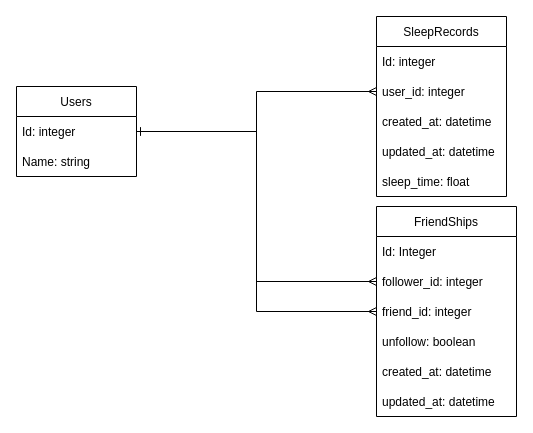
Before: goodnight_tables.drawio in LaichuLai/draw_io, a draw.io diagram. Source tidied: cells renumbered, new cells numbered last; positions are measured from the earlier drawing's top-left corner, leaving out a move shared by most shapes. Both pictures are drawn from the tidied source at 100%, with x=0, y=0 at pixel (16, 16).
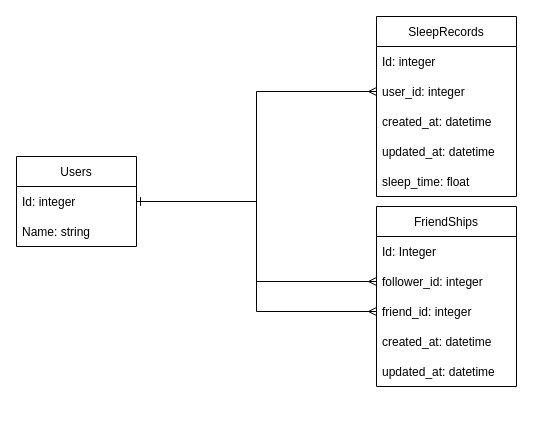
The same page after the edit.

Change to the diagram source:
```diff
@@
     <mxCell id="2" value="Users" style="swimlane;fontStyle=0;horizontal=1;startSize=30;" parent="1" vertex="1">
-      <mxGeometry y="70" width="120" height="90" as="geometry" />
+      <mxGeometry y="140" width="120" height="90" as="geometry" />
     </mxCell>
@@
     <mxCell id="5" value="SleepRecords" style="swimlane;fontStyle=0;horizontal=1;startSize=30;" parent="1" vertex="1">
-      <mxGeometry x="360" width="130" height="180" as="geometry" />
+      <mxGeometry x="360" width="140" height="180" as="geometry" />
     </mxCell>
     <mxCell id="6" value="Id: integer" style="text;strokeColor=none;fillColor=none;align=left;verticalAlign=middle;spacingLeft=4;spacingRight=4;overflow=hidden;" parent="5" vertex="1">
-      <mxGeometry y="30" width="130" height="30" as="geometry" />
+      <mxGeometry y="30" width="140" height="30" as="geometry" />
     </mxCell>
     <mxCell id="7" value="user_id: integer" style="text;strokeColor=none;fillColor=none;align=left;verticalAlign=middle;spacingLeft=4;spacingRight=4;overflow=hidden;points=[[0,0.5],[1,0.5]];portConstraint=eastwest;" parent="5" vertex="1">
-      <mxGeometry y="60" width="130" height="30" as="geometry" />
+      <mxGeometry y="60" width="140" height="30" as="geometry" />
     </mxCell>
     <mxCell id="8" value="created_at: datetime" style="text;strokeColor=none;fillColor=none;align=left;verticalAlign=middle;spacingLeft=4;spacingRight=4;overflow=hidden;" parent="5" vertex="1">
-      <mxGeometry y="90" width="130" height="30" as="geometry" />
+      <mxGeometry y="90" width="140" height="30" as="geometry" />
     </mxCell>
     <mxCell id="9" value="updated_at: datetime" style="text;strokeColor=none;fillColor=none;align=left;verticalAlign=middle;spacingLeft=4;spacingRight=4;overflow=hidden;" parent="5" vertex="1">
-      <mxGeometry y="120" width="130" height="30" as="geometry" />
+      <mxGeometry y="120" width="140" height="30" as="geometry" />
     </mxCell>
     <mxCell id="10" value="sleep_time: float" style="text;strokeColor=none;fillColor=none;align=left;verticalAlign=middle;spacingLeft=4;spacingRight=4;overflow=hidden;" parent="5" vertex="1">
-      <mxGeometry y="150" width="130" height="30" as="geometry" />
+      <mxGeometry y="150" width="140" height="30" as="geometry" />
     </mxCell>
@@
     <mxCell id="12" value="FriendShips" style="swimlane;fontStyle=0;horizontal=1;startSize=30;" parent="1" vertex="1">
-      <mxGeometry x="360" y="190" width="140" height="210" as="geometry" />
+      <mxGeometry x="360" y="190" width="140" height="180" as="geometry" />
     </mxCell>
@@
-    <mxCell id="16" value="unfollow: boolean" style="text;strokeColor=none;fillColor=none;align=left;verticalAlign=middle;spacingLeft=4;spacingRight=4;overflow=hidden;" parent="12" vertex="1">
-      <mxGeometry y="120" width="140" height="30" as="geometry" />
-    </mxCell>
     <mxCell id="17" value="created_at: datetime" style="text;strokeColor=none;fillColor=none;align=left;verticalAlign=middle;spacingLeft=4;spacingRight=4;overflow=hidden;" parent="12" vertex="1">
-      <mxGeometry y="150" width="140" height="30" as="geometry" />
+      <mxGeometry y="120" width="140" height="30" as="geometry" />
     </mxCell>
     <mxCell id="18" value="updated_at: datetime" style="text;strokeColor=none;fillColor=none;align=left;verticalAlign=middle;spacingLeft=4;spacingRight=4;overflow=hidden;" parent="12" vertex="1">
-      <mxGeometry y="180" width="140" height="30" as="geometry" />
+      <mxGeometry y="150" width="140" height="30" as="geometry" />
     </mxCell>
```
